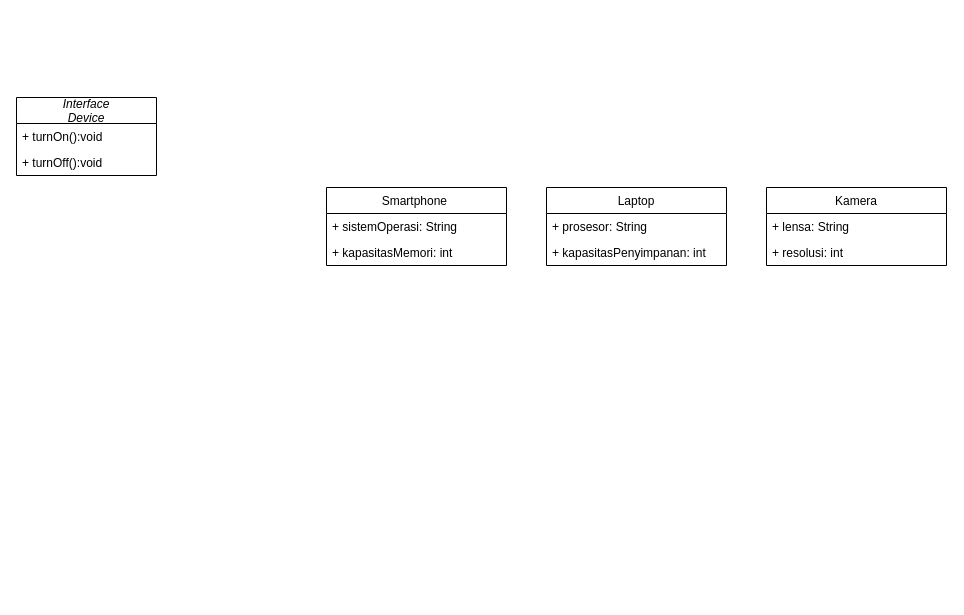
tebri-artanto/KSP-Java keeps this draw.io diagram as Untitled Diagram.drawio. Above is the earlier version. Source tidied: cells renumbered, new cells numbered last; positions are measured from the earlier drawing's top-left corner, leaving out a move shared by most shapes. Both pictures are drawn from the tidied source at 100%, with x=0, y=0 at pixel (16, 97).
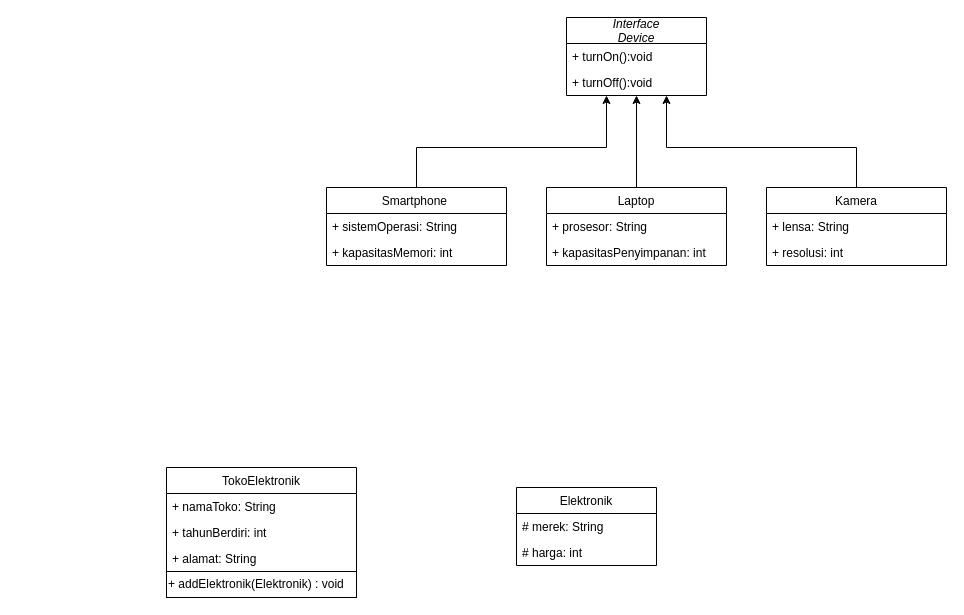
The same page after the edit.

Unchanged cells that the change refers to:
```xml
<mxCell id="5" value="Laptop" style="swimlane;fontStyle=0;horizontal=1;startSize=26;fillColor=none;" parent="1" vertex="1">
  <mxGeometry x="530" y="90" width="180" height="78" as="geometry" />
</mxCell>
<mxCell id="8" value="Smartphone " style="swimlane;fontStyle=0;horizontal=1;startSize=26;fillColor=none;" parent="1" vertex="1">
  <mxGeometry x="310" y="90" width="180" height="78" as="geometry" />
</mxCell>
<mxCell id="11" value="Kamera" style="swimlane;fontStyle=0;horizontal=1;startSize=26;fillColor=none;" parent="1" vertex="1">
  <mxGeometry x="750" y="90" width="180" height="78" as="geometry" />
</mxCell>
```

Change to the diagram source:
```diff
@@
     <mxCell id="2" value="Interface&#10;Device" style="swimlane;fontStyle=2;horizontal=1;startSize=26;fillColor=none;" parent="1" vertex="1">
-      <mxGeometry width="140" height="78" as="geometry" />
+      <mxGeometry x="550" y="-80" width="140" height="78" as="geometry" />
     </mxCell>
@@
+    <mxCell id="14" style="edgeStyle=orthogonalEdgeStyle;rounded=0;jettySize=auto;html=1;" parent="1" edge="1" source="5" target="2">
+      <mxGeometry relative="1" as="geometry" />
+    </mxCell>
@@
+    <mxCell id="15" style="edgeStyle=orthogonalEdgeStyle;rounded=0;jettySize=auto;html=1;" parent="1" edge="1" source="8" target="2">
+      <mxGeometry relative="1" as="geometry">
+        <Array as="points">
+          <mxPoint x="400" y="50" />
+          <mxPoint x="590" y="50" />
+        </Array>
+      </mxGeometry>
+    </mxCell>
@@
+    <mxCell id="16" style="edgeStyle=orthogonalEdgeStyle;rounded=0;jettySize=auto;html=1;" parent="1" edge="1" source="11" target="2">
+      <mxGeometry relative="1" as="geometry">
+        <Array as="points">
+          <mxPoint x="840" y="50" />
+          <mxPoint x="650" y="50" />
+        </Array>
+      </mxGeometry>
+    </mxCell>
@@
+    <mxCell id="17" value="TokoElektronik" style="swimlane;fontStyle=0;horizontal=1;startSize=26;fillColor=none;" parent="1" vertex="1">
+      <mxGeometry x="150" y="370" width="190" height="104" as="geometry" />
+    </mxCell>
+    <mxCell id="18" value="+ namaToko: String" style="text;strokeColor=none;fillColor=none;align=left;verticalAlign=top;spacingLeft=4;spacingRight=4;overflow=hidden;" parent="17" vertex="1">
+      <mxGeometry y="26" width="190" height="26" as="geometry" />
+    </mxCell>
+    <mxCell id="19" value="+ tahunBerdiri: int" style="text;strokeColor=none;fillColor=none;align=left;verticalAlign=top;spacingLeft=4;spacingRight=4;overflow=hidden;" parent="17" vertex="1">
+      <mxGeometry y="52" width="190" height="26" as="geometry" />
+    </mxCell>
+    <mxCell id="20" value="+ alamat: String" style="text;strokeColor=none;fillColor=none;align=left;verticalAlign=top;spacingLeft=4;spacingRight=4;overflow=hidden;" parent="17" vertex="1">
+      <mxGeometry y="78" width="190" height="26" as="geometry" />
+    </mxCell>
+    <mxCell id="21" value="+ addElektronik(Elektronik) : void" style="whiteSpace=wrap;html=1;fillColor=none;align=left;" parent="1" vertex="1">
+      <mxGeometry x="150" y="474" width="190" height="26" as="geometry" />
+    </mxCell>
+    <mxCell id="22" value="Elektronik" style="swimlane;fontStyle=0;horizontal=1;startSize=26;fillColor=none;" parent="1" vertex="1">
+      <mxGeometry x="500" y="390" width="140" height="78" as="geometry" />
+    </mxCell>
+    <mxCell id="23" value="# merek: String" style="text;strokeColor=none;fillColor=none;align=left;verticalAlign=top;spacingLeft=4;spacingRight=4;overflow=hidden;" parent="22" vertex="1">
+      <mxGeometry y="26" width="140" height="26" as="geometry" />
+    </mxCell>
+    <mxCell id="24" value="# harga: int" style="text;strokeColor=none;fillColor=none;align=left;verticalAlign=top;spacingLeft=4;spacingRight=4;overflow=hidden;" parent="22" vertex="1">
+      <mxGeometry y="52" width="140" height="26" as="geometry" />
+    </mxCell>
```
